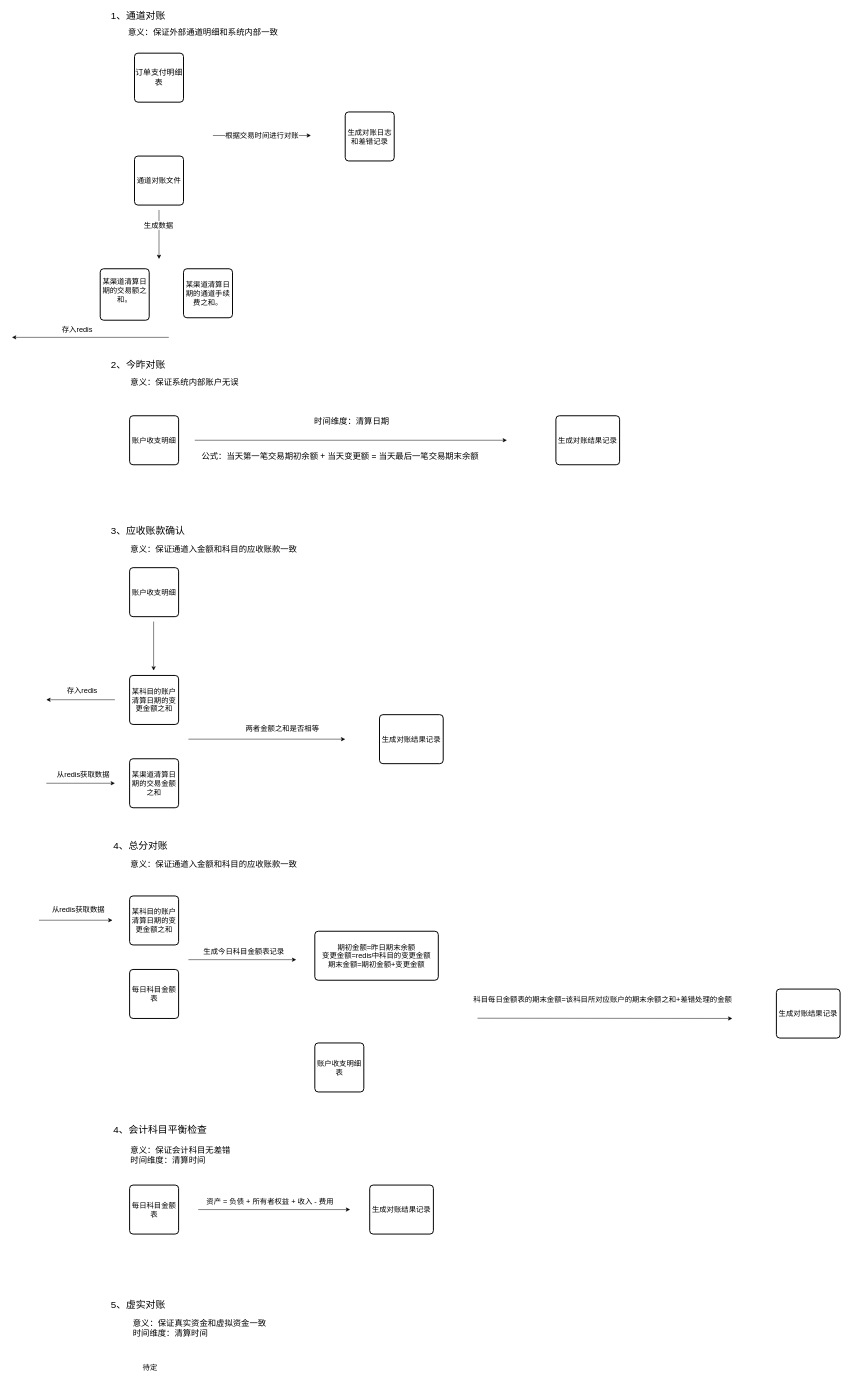
Earlier version of the draw.io diagram xc-account/design/AccountCheck-simple.drawio (waterStone528/job). Source tidied: cells renumbered, new cells numbered last; positions are measured from the earlier drawing's top-left corner, leaving out a move shared by most shapes. Both pictures are drawn from the tidied source at 49%, with x=0, y=0 at pixel (12, 8).
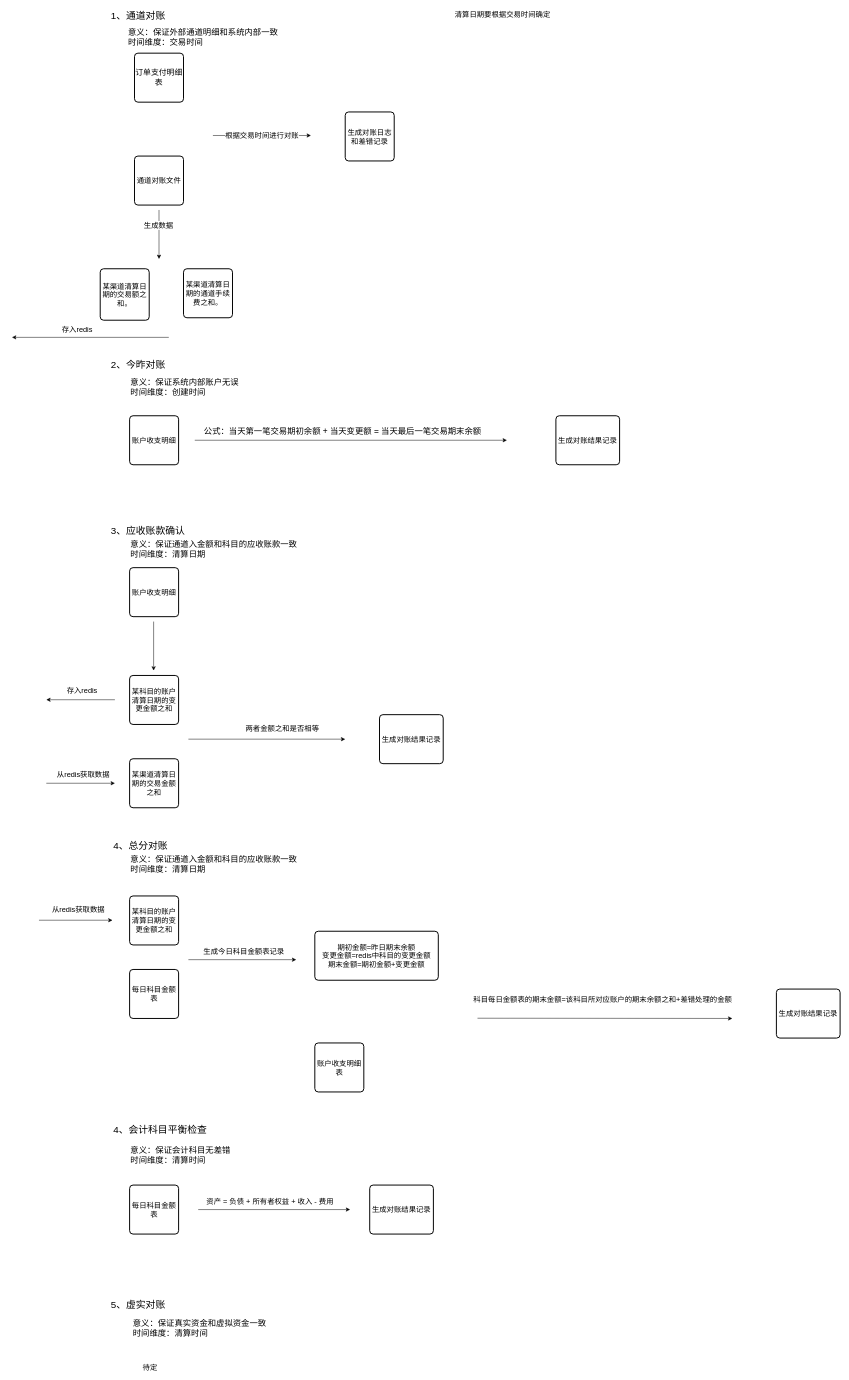
The same page after the edit.

The edit, as a diff of the source:
```diff
@@
-    <mxCell id="8" value="某渠道清算日期的交易额之和。&lt;br style=&quot;font-size: 15px&quot;&gt;&lt;br style=&quot;font-size: 15px&quot;&gt;" style="rounded=1;whiteSpace=wrap;html=1;absoluteArcSize=1;arcSize=14;strokeWidth=2;fontSize=15;" parent="1" vertex="1">
+    <mxCell id="8" value="某渠道清算日期的交易额之和。&lt;br style=&quot;font-size: 15px&quot;&gt;" style="rounded=1;whiteSpace=wrap;html=1;absoluteArcSize=1;arcSize=14;strokeWidth=2;fontSize=15;" parent="1" vertex="1">
       <mxGeometry x="180" y="531" width="100" height="105" as="geometry" />
     </mxCell>
@@
-    <mxCell id="10" value="意义：保证外部通道明细和系统内部一致" style="text;html=1;align=left;verticalAlign=top;spacingTop=-4;fontSize=17;" parent="1" vertex="1">
-      <mxGeometry x="235" y="35.5" width="230" height="20" as="geometry" />
+    <mxCell id="10" value="意义：保证外部通道明细和系统内部一致&lt;br&gt;时间维度：交易时间&lt;br&gt;" style="text;html=1;align=left;verticalAlign=top;spacingTop=-4;fontSize=17;" parent="1" vertex="1">
+      <mxGeometry x="235" y="35.5" width="320" height="40" as="geometry" />
     </mxCell>
-    <mxCell id="11" value="意义：保证系统内部账户无误" style="text;html=1;align=left;verticalAlign=top;spacingTop=-4;fontSize=17;" parent="1" vertex="1">
-      <mxGeometry x="240" y="751" width="240" height="20" as="geometry" />
+    <mxCell id="11" value="意义：保证系统内部账户无误&lt;br&gt;时间维度：创建时间&lt;br&gt;" style="text;html=1;align=left;verticalAlign=top;spacingTop=-4;fontSize=17;" parent="1" vertex="1">
+      <mxGeometry x="240" y="751" width="240" height="40" as="geometry" />
     </mxCell>
@@
-    <mxCell id="14" value="时间维度：清算日期&lt;br&gt;&lt;br&gt;" style="text;html=1;align=left;verticalAlign=top;spacingTop=-4;fontSize=17;" parent="1" vertex="1">
-      <mxGeometry x="615" y="831" width="170" height="40" as="geometry" />
-    </mxCell>
     <mxCell id="15" value="公式：当天第一笔交易期初余额 + 当天变更额 = 当天最后一笔交易期末余额&lt;br&gt;" style="text;html=1;align=left;verticalAlign=top;spacingTop=-4;fontSize=17;" parent="1" vertex="1">
-      <mxGeometry x="385" y="901" width="580" height="20" as="geometry" />
+      <mxGeometry x="390" y="851" width="580" height="20" as="geometry" />
     </mxCell>
@@
-    <mxCell id="19" value="意义：&lt;span&gt;保证通道入金额和科目的应收账款一致&lt;/span&gt;" style="text;html=1;align=left;verticalAlign=top;spacingTop=-4;fontSize=17;" parent="1" vertex="1">
-      <mxGeometry x="240" y="1091" width="360" height="20" as="geometry" />
+    <mxCell id="19" value="意义：&lt;span&gt;保证通道入金额和科目的应收账款一致&lt;br&gt;时间维度：清算日期&lt;br&gt;&lt;/span&gt;" style="text;html=1;align=left;verticalAlign=top;spacingTop=-4;fontSize=17;" parent="1" vertex="1">
+      <mxGeometry x="240" y="1081" width="360" height="40" as="geometry" />
     </mxCell>
@@
-    <mxCell id="35" value="意义：&lt;span&gt;保证通道入金额和科目的应收账款一致&lt;/span&gt;" style="text;html=1;align=left;verticalAlign=top;spacingTop=-4;fontSize=17;" parent="1" vertex="1">
-      <mxGeometry x="240" y="1735" width="360" height="20" as="geometry" />
+    <mxCell id="35" value="意义：&lt;span&gt;保证通道入金额和科目的应收账款一致&lt;br&gt;时间维度：清算日期&lt;br&gt;&lt;/span&gt;" style="text;html=1;align=left;verticalAlign=top;spacingTop=-4;fontSize=17;" parent="1" vertex="1">
+      <mxGeometry x="240" y="1724" width="360" height="40" as="geometry" />
     </mxCell>
@@
+    <mxCell id="56" value="清算日期要根据交易时间确定" style="text;html=1;align=left;verticalAlign=top;spacingTop=-4;fontSize=15;" parent="1" vertex="1">
+      <mxGeometry x="902" width="170" height="20" as="geometry" />
+    </mxCell>
```
